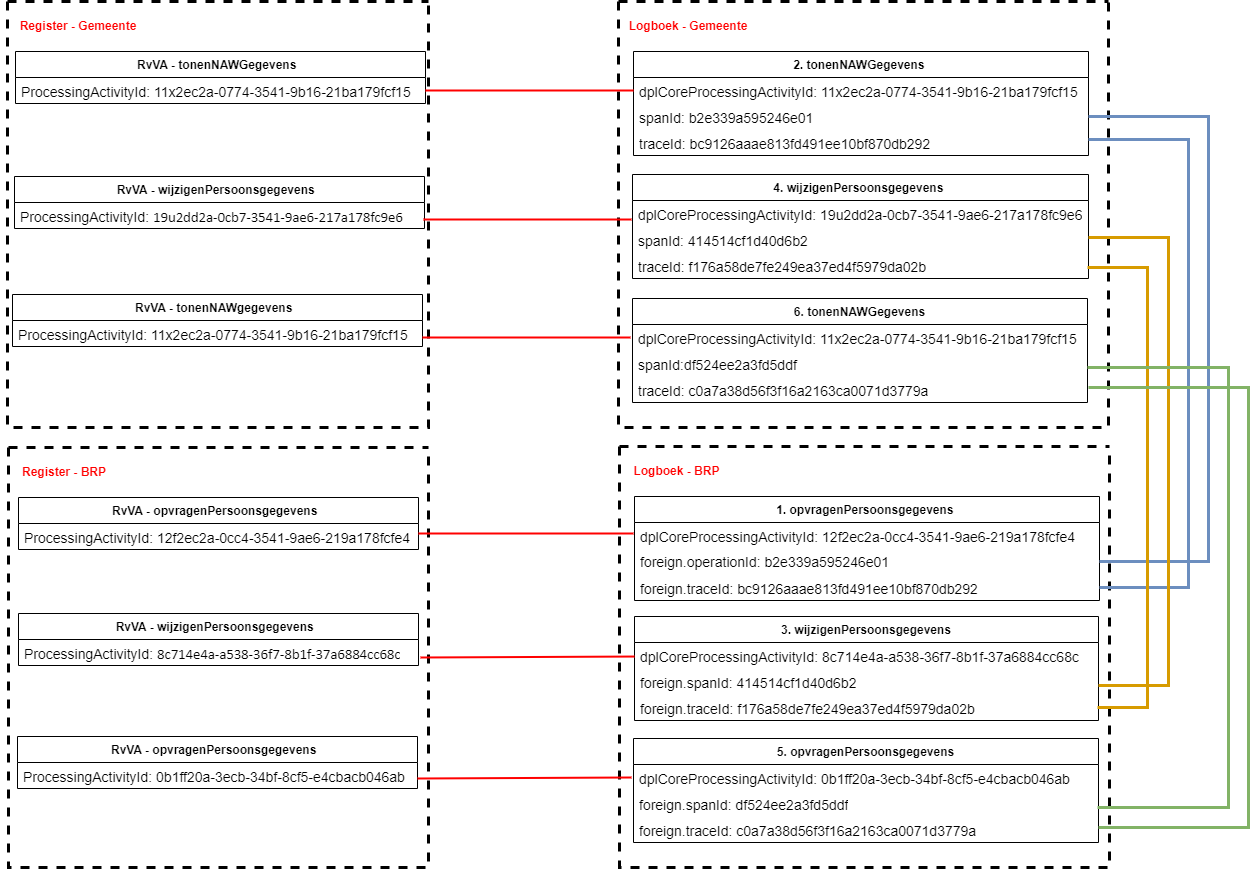
Above: media/relatie-tussen-gegevens-registratie-verhuizing-eenvoudig.png in Logius-standaarden/logboek-dataverwerkingen-inleiding (draw.io), before the change. Source tidied: cells renumbered, new cells last; positions are measured from the earlier drawing's top-left corner, leaving out a move shared by most shapes.
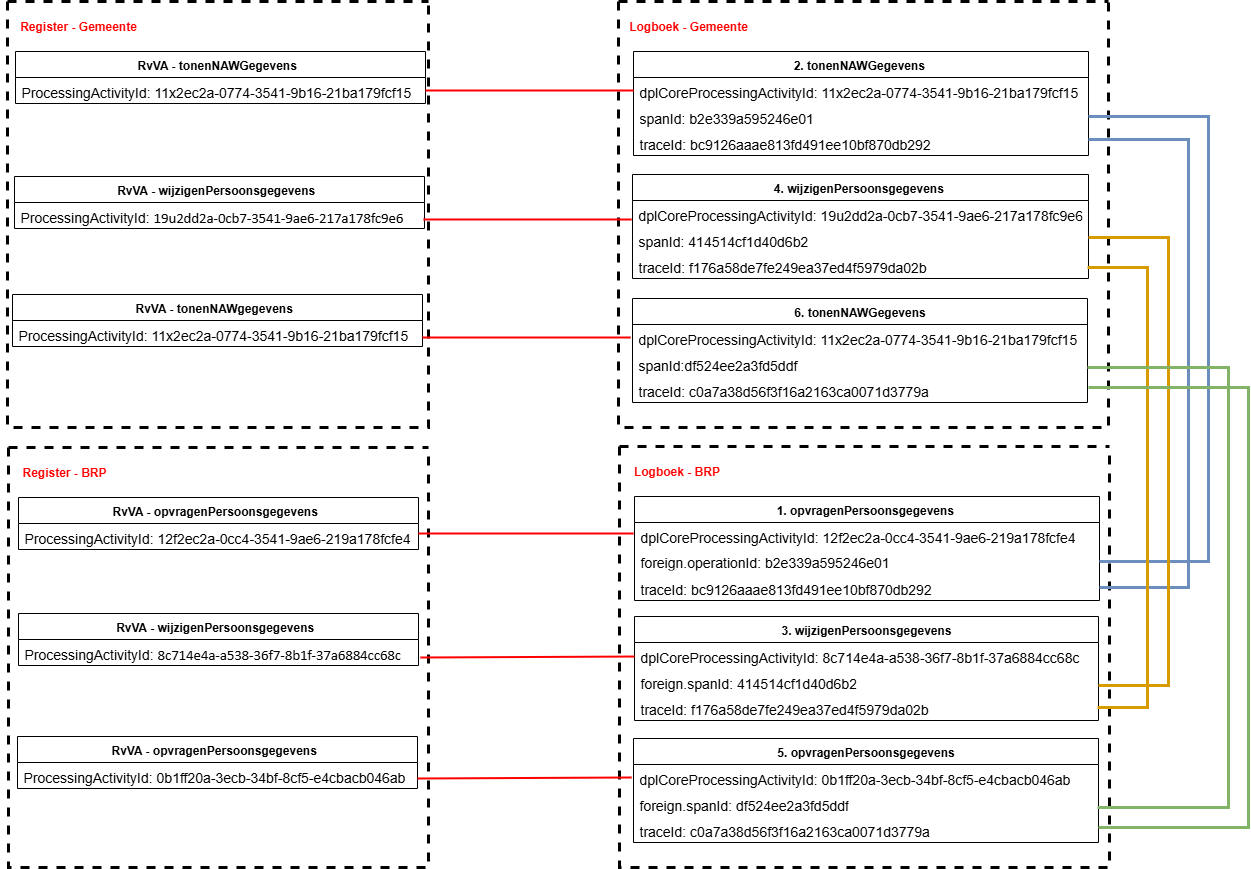
After the change.

Commit message:
Aanpassing Inleiding document: Verwijderen Foreign_TraceId (#39)

Diff of the diagram source:
```diff
@@ -62,7 +62,7 @@
     <mxCell id="21" value="&lt;span style=&quot;line-height: 14.98px; font-size: 14px;&quot;&gt;foreign.operationId:&amp;nbsp;&lt;span style=&quot;line-height: 107%;&quot;&gt;b2e339a595246e01&lt;/span&gt;&amp;nbsp;&lt;/span&gt;" style="text;strokeColor=none;fillColor=none;align=left;verticalAlign=top;spacingLeft=4;spacingRight=4;overflow=hidden;points=[[0,0.5],[1,0.5]];portConstraint=eastwest;whiteSpace=wrap;html=1;" parent="19" vertex="1">
       <mxGeometry y="52" width="465" height="26" as="geometry" />
     </mxCell>
-    <mxCell id="22" value="&lt;font style=&quot;font-size: 14px;&quot;&gt;&lt;span style=&quot;line-height: 14.98px;&quot;&gt;&lt;font style=&quot;font-size: 14px;&quot;&gt;foreign.traceId:&lt;/font&gt;&lt;/span&gt;&lt;span style=&quot;line-height: 14.98px;&quot;&gt;&amp;nbsp;&lt;span style=&quot;&quot; lang=&quot;ES&quot;&gt;&lt;font style=&quot;font-size: 14px;&quot; face=&quot;Helvetica&quot;&gt;bc9126aaae813fd491ee10bf870db292&lt;/font&gt;&lt;/span&gt;&amp;nbsp;&lt;/span&gt;&lt;/font&gt;" style="text;strokeColor=none;fillColor=none;align=left;verticalAlign=top;spacingLeft=4;spacingRight=4;overflow=hidden;points=[[0,0.5],[1,0.5]];portConstraint=eastwest;whiteSpace=wrap;html=1;" parent="19" vertex="1">
+    <mxCell id="22" value="&lt;font style=&quot;font-size: 14px;&quot;&gt;&lt;span style=&quot;line-height: 14.98px;&quot;&gt;&lt;font style=&quot;font-size: 14px;&quot;&gt;traceId:&lt;/font&gt;&lt;/span&gt;&lt;span style=&quot;line-height: 14.98px;&quot;&gt;&amp;nbsp;&lt;span style=&quot;&quot; lang=&quot;ES&quot;&gt;&lt;font style=&quot;font-size: 14px;&quot; face=&quot;Helvetica&quot;&gt;bc9126aaae813fd491ee10bf870db292&lt;/font&gt;&lt;/span&gt;&amp;nbsp;&lt;/span&gt;&lt;/font&gt;" style="text;strokeColor=none;fillColor=none;align=left;verticalAlign=top;spacingLeft=4;spacingRight=4;overflow=hidden;points=[[0,0.5],[1,0.5]];portConstraint=eastwest;whiteSpace=wrap;html=1;" parent="19" vertex="1">
       <mxGeometry y="78" width="465" height="26" as="geometry" />
     </mxCell>
     <mxCell id="23" style="rounded=0;orthogonalLoop=1;jettySize=auto;html=1;entryX=0;entryY=0.5;entryDx=0;entryDy=0;endArrow=none;endFill=0;strokeWidth=2;strokeColor=#FF0000;" parent="1" edge="1">
@@ -80,7 +80,7 @@
     <mxCell id="26" value="&lt;font style=&quot;font-size: 14px;&quot;&gt;&lt;span style=&quot;line-height: 14.98px;&quot;&gt;foreign.spanId:&amp;nbsp;&lt;/span&gt;414514cf1d40d6b2&lt;/font&gt;" style="text;strokeColor=none;fillColor=none;align=left;verticalAlign=top;spacingLeft=4;spacingRight=4;overflow=hidden;whiteSpace=wrap;html=1;" parent="24" vertex="1">
       <mxGeometry y="52" width="464" height="26" as="geometry" />
     </mxCell>
-    <mxCell id="27" value="&lt;font style=&quot;font-size: 14px;&quot;&gt;&lt;span style=&quot;line-height: 14.98px;&quot;&gt;&lt;font style=&quot;font-size: 14px;&quot;&gt;foreign.traceId:&lt;/font&gt;&lt;/span&gt;&lt;span style=&quot;line-height: 14.98px;&quot;&gt;&lt;span style=&quot;&quot;&gt;&amp;nbsp;&lt;/span&gt;&lt;span style=&quot;line-height: 15.6933px;&quot;&gt;f176a58de7fe249ea37ed4f5979da02b&lt;/span&gt;&lt;span style=&quot;&quot;&gt;&amp;nbsp;&lt;/span&gt;&lt;span style=&quot;&quot;&gt;&amp;nbsp;&lt;/span&gt;&lt;/span&gt;&lt;/font&gt;" style="text;strokeColor=none;fillColor=none;align=left;verticalAlign=top;spacingLeft=4;spacingRight=4;overflow=hidden;whiteSpace=wrap;html=1;" parent="24" vertex="1">
+    <mxCell id="27" value="&lt;font style=&quot;font-size: 14px;&quot;&gt;&lt;span style=&quot;line-height: 14.98px;&quot;&gt;&lt;font style=&quot;font-size: 14px;&quot;&gt;traceId:&lt;/font&gt;&lt;/span&gt;&lt;span style=&quot;line-height: 14.98px;&quot;&gt;&lt;span style=&quot;&quot;&gt;&amp;nbsp;&lt;/span&gt;&lt;span style=&quot;line-height: 15.6933px;&quot;&gt;f176a58de7fe249ea37ed4f5979da02b&lt;/span&gt;&lt;span style=&quot;&quot;&gt;&amp;nbsp;&lt;/span&gt;&lt;span style=&quot;&quot;&gt;&amp;nbsp;&lt;/span&gt;&lt;/span&gt;&lt;/font&gt;" style="text;strokeColor=none;fillColor=none;align=left;verticalAlign=top;spacingLeft=4;spacingRight=4;overflow=hidden;whiteSpace=wrap;html=1;" parent="24" vertex="1">
       <mxGeometry y="78" width="464" height="26" as="geometry" />
     </mxCell>
     <mxCell id="28" value="RvVA - wijzigenPersoonsgegevens&amp;nbsp;&amp;nbsp;" style="swimlane;fontStyle=1;align=center;verticalAlign=top;horizontal=1;startSize=26;whiteSpace=wrap;html=1;" parent="1" vertex="1">
@@ -98,7 +98,7 @@
     <mxCell id="32" value="&lt;font style=&quot;font-size: 14px;&quot;&gt;&lt;span style=&quot;line-height: 14.98px;&quot;&gt;foreign.spanId:&amp;nbsp;&lt;/span&gt;&lt;span style=&quot;line-height: 107%;&quot; lang=&quot;ES&quot;&gt;&lt;font style=&quot;font-size: 14px;&quot; face=&quot;Helvetica&quot;&gt;df524ee2a3fd5ddf&lt;/font&gt;&lt;/span&gt;&lt;/font&gt;" style="text;strokeColor=none;fillColor=none;align=left;verticalAlign=top;spacingLeft=4;spacingRight=4;overflow=hidden;whiteSpace=wrap;html=1;" parent="30" vertex="1">
       <mxGeometry y="52" width="465" height="26" as="geometry" />
     </mxCell>
-    <mxCell id="33" value="&lt;font style=&quot;font-size: 14px;&quot;&gt;&lt;span style=&quot;font-size: 14px; line-height: 14.98px;&quot;&gt;&lt;font style=&quot;font-size: 14px;&quot;&gt;foreign.traceId:&amp;nbsp;&lt;/font&gt;&lt;/span&gt;&lt;span style=&quot;line-height: 14.98px;&quot;&gt;&lt;span style=&quot;line-height: 107%;&quot; lang=&quot;ES&quot;&gt;&lt;font face=&quot;Helvetica&quot;&gt;c0a7a38d56f3f16a2163ca0071d3779a&lt;/font&gt;&lt;/span&gt;&lt;span style=&quot;&quot;&gt;&amp;nbsp;&lt;/span&gt;&lt;/span&gt;&lt;/font&gt;" style="text;strokeColor=none;fillColor=none;align=left;verticalAlign=top;spacingLeft=4;spacingRight=4;overflow=hidden;whiteSpace=wrap;html=1;" parent="30" vertex="1">
+    <mxCell id="33" value="&lt;font style=&quot;font-size: 14px;&quot;&gt;&lt;span style=&quot;font-size: 14px; line-height: 14.98px;&quot;&gt;&lt;font style=&quot;font-size: 14px;&quot;&gt;traceId:&amp;nbsp;&lt;/font&gt;&lt;/span&gt;&lt;span style=&quot;line-height: 14.98px;&quot;&gt;&lt;span style=&quot;line-height: 107%;&quot; lang=&quot;ES&quot;&gt;&lt;font face=&quot;Helvetica&quot;&gt;c0a7a38d56f3f16a2163ca0071d3779a&lt;/font&gt;&lt;/span&gt;&lt;span style=&quot;&quot;&gt;&amp;nbsp;&lt;/span&gt;&lt;/span&gt;&lt;/font&gt;" style="text;strokeColor=none;fillColor=none;align=left;verticalAlign=top;spacingLeft=4;spacingRight=4;overflow=hidden;whiteSpace=wrap;html=1;" parent="30" vertex="1">
       <mxGeometry y="78" width="465" height="26" as="geometry" />
     </mxCell>
     <mxCell id="34" value="RvVA - opvragenPersoonsgegevens&amp;nbsp;&amp;nbsp;" style="swimlane;fontStyle=1;align=center;verticalAlign=top;horizontal=1;startSize=26;whiteSpace=wrap;html=1;" parent="1" vertex="1">
```
